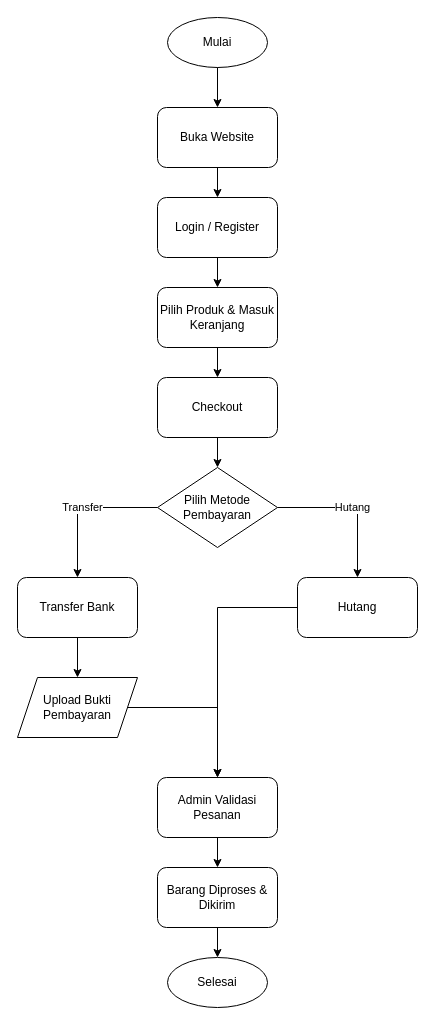
This is diagram/flowchart/02_sistem_baru_website.drawio from RajaSunrise/ud_zivana, a draw.io file, before an edit. Source tidied: cells renumbered, new cells numbered last; positions are measured from the earlier drawing's top-left corner, leaving out a move shared by most shapes. Both pictures are drawn from the tidied source at 100%, with x=0, y=0 at pixel (17, 17).
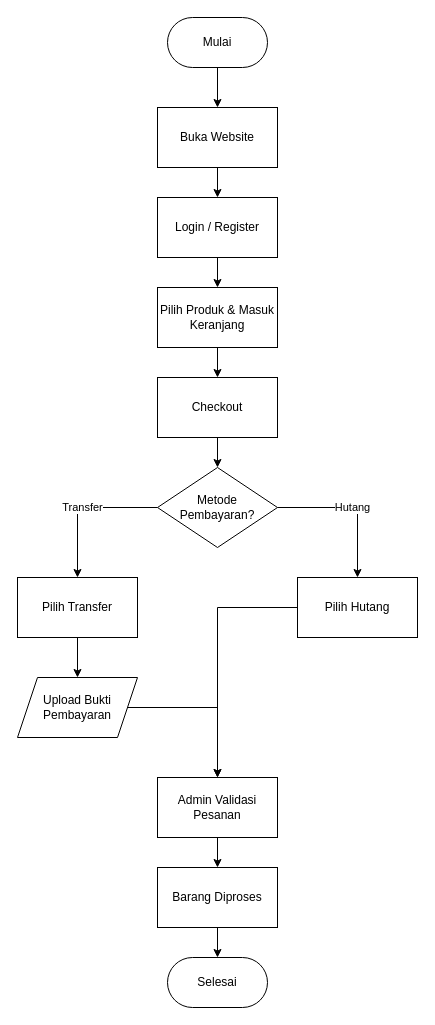
After the change.

What changed in the source:
```diff
@@
-    <mxCell id="2" value="Mulai" style="ellipse;whiteSpace=wrap;html=1;" parent="1" vertex="1">
+    <mxCell id="2" value="Mulai" style="rounded=1;whiteSpace=wrap;html=1;arcSize=50;" parent="1" vertex="1">
       <mxGeometry x="150" width="100" height="50" as="geometry" />
     </mxCell>
-    <mxCell id="3" value="Buka Website" style="rounded=1;whiteSpace=wrap;html=1;" parent="1" vertex="1">
+    <mxCell id="3" value="Buka Website" style="rounded=0;whiteSpace=wrap;html=1;" parent="1" vertex="1">
       <mxGeometry x="140" y="90" width="120" height="60" as="geometry" />
     </mxCell>
-    <mxCell id="4" value="Login / Register" style="rounded=1;whiteSpace=wrap;html=1;" parent="1" vertex="1">
+    <mxCell id="4" value="Login / Register" style="rounded=0;whiteSpace=wrap;html=1;" parent="1" vertex="1">
       <mxGeometry x="140" y="180" width="120" height="60" as="geometry" />
     </mxCell>
-    <mxCell id="5" value="Pilih Produk &amp; Masuk Keranjang" style="rounded=1;whiteSpace=wrap;html=1;" parent="1" vertex="1">
+    <mxCell id="5" value="Pilih Produk &amp; Masuk Keranjang" style="rounded=0;whiteSpace=wrap;html=1;" parent="1" vertex="1">
       <mxGeometry x="140" y="270" width="120" height="60" as="geometry" />
     </mxCell>
-    <mxCell id="6" value="Checkout" style="rounded=1;whiteSpace=wrap;html=1;" parent="1" vertex="1">
+    <mxCell id="6" value="Checkout" style="rounded=0;whiteSpace=wrap;html=1;" parent="1" vertex="1">
       <mxGeometry x="140" y="360" width="120" height="60" as="geometry" />
     </mxCell>
-    <mxCell id="7" value="Pilih Metode Pembayaran" style="rhombus;whiteSpace=wrap;html=1;" parent="1" vertex="1">
+    <mxCell id="7" value="Metode Pembayaran?" style="rhombus;whiteSpace=wrap;html=1;" parent="1" vertex="1">
       <mxGeometry x="140" y="450" width="120" height="80" as="geometry" />
     </mxCell>
-    <mxCell id="8" value="Transfer Bank" style="rounded=1;whiteSpace=wrap;html=1;" parent="1" vertex="1">
+    <mxCell id="8" value="Pilih Transfer" style="rounded=0;whiteSpace=wrap;html=1;" parent="1" vertex="1">
       <mxGeometry y="560" width="120" height="60" as="geometry" />
     </mxCell>
-    <mxCell id="9" value="Hutang" style="rounded=1;whiteSpace=wrap;html=1;" parent="1" vertex="1">
+    <mxCell id="9" value="Pilih Hutang" style="rounded=0;whiteSpace=wrap;html=1;" parent="1" vertex="1">
       <mxGeometry x="280" y="560" width="120" height="60" as="geometry" />
     </mxCell>
@@
-    <mxCell id="11" value="Admin Validasi Pesanan" style="rounded=1;whiteSpace=wrap;html=1;" parent="1" vertex="1">
+    <mxCell id="11" value="Admin Validasi Pesanan" style="rounded=0;whiteSpace=wrap;html=1;" parent="1" vertex="1">
       <mxGeometry x="140" y="760" width="120" height="60" as="geometry" />
     </mxCell>
-    <mxCell id="12" value="Barang Diproses &amp; Dikirim" style="rounded=1;whiteSpace=wrap;html=1;" parent="1" vertex="1">
+    <mxCell id="12" value="Barang Diproses" style="rounded=0;whiteSpace=wrap;html=1;" parent="1" vertex="1">
       <mxGeometry x="140" y="850" width="120" height="60" as="geometry" />
     </mxCell>
-    <mxCell id="13" value="Selesai" style="ellipse;whiteSpace=wrap;html=1;" parent="1" vertex="1">
+    <mxCell id="13" value="Selesai" style="rounded=1;whiteSpace=wrap;html=1;arcSize=50;" parent="1" vertex="1">
       <mxGeometry x="150" y="940" width="100" height="50" as="geometry" />
     </mxCell>
```
